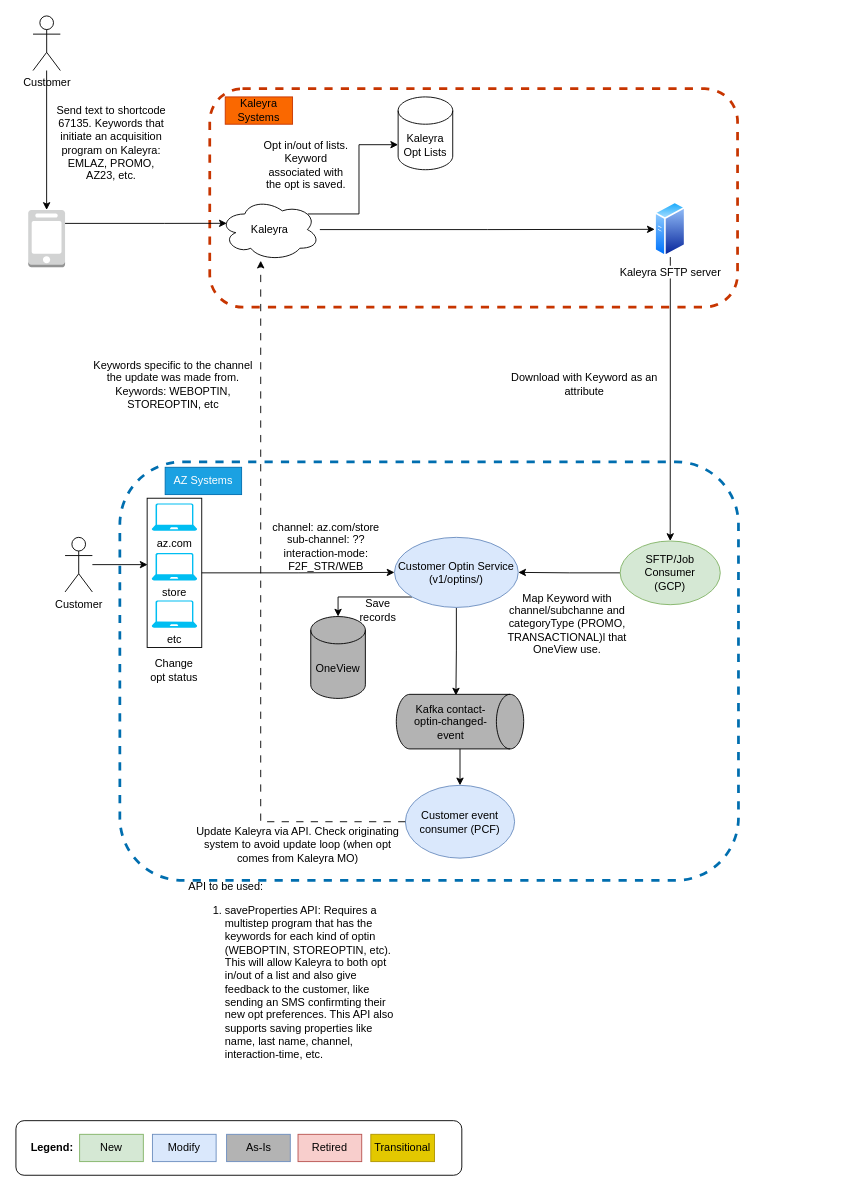
AarellanoH/draw_io keeps this draw.io diagram as drawings/Kaleyra Opt Sync.drawio. Above is the earlier version. Source tidied: cells renumbered, new cells numbered last; positions are measured from the earlier drawing's top-left corner, leaving out a move shared by most shapes. Both pictures are drawn from the tidied source at 91%, with x=0, y=0 at pixel (15, 15).
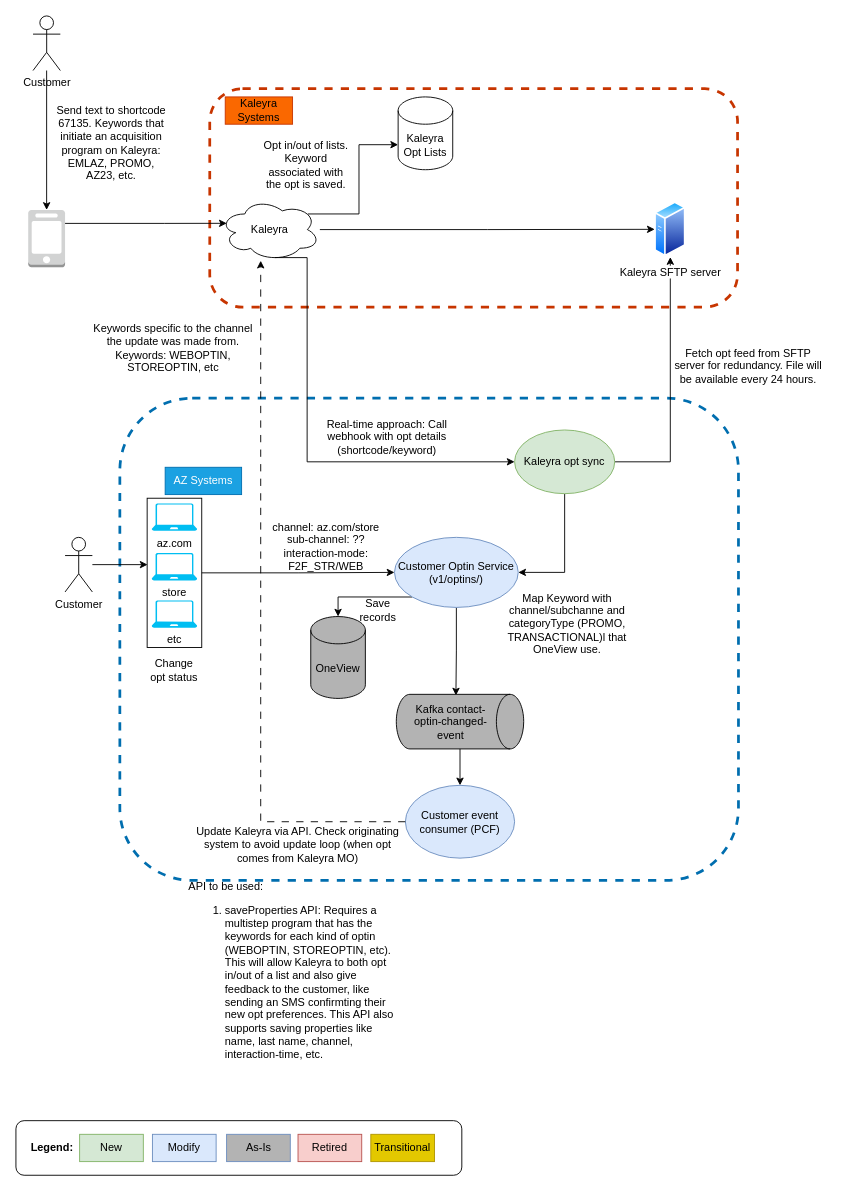
Above is the later version.

Unchanged cells that the change refers to:
```xml
<mxCell id="43" value="Kaleyra" style="ellipse;shape=cloud;whiteSpace=wrap;html=1;" parent="41" vertex="1">
  <mxGeometry x="11" y="120.5" width="110" height="68.5" as="geometry" />
</mxCell>
<mxCell id="48" value="Kaleyra SFTP server" style="image;perimeter=ellipsePerimeter;html=1;align=center;shadow=0;dashed=0;spacingTop=3;image=img/lib/active_directory/generic_server.svg;" parent="41" vertex="1">
  <mxGeometry x="489" y="124" width="34.2" height="61" as="geometry" />
</mxCell>
```

The edit, as a diff of the source:
```diff
@@
     <mxCell id="2" style="rounded=1;whiteSpace=wrap;html=1;dashed=1;fillColor=none;strokeColor=#006EAF;fillStyle=auto;strokeWidth=3;fontColor=#ffffff;" parent="1" vertex="1">
-      <mxGeometry x="114.2" y="490" width="679.8" height="460" as="geometry" />
+      <mxGeometry x="114.2" y="420" width="679.8" height="530" as="geometry" />
     </mxCell>
@@
-    <mxCell id="26" style="edgeStyle=orthogonalEdgeStyle;rounded=0;jettySize=auto;html=1;entryX=0.5;entryY=0;entryDx=0;entryDy=0;fillColor=#f8cecc;strokeColor=#000000;strokeWidth=1;" parent="1" edge="1" source="48" target="28">
-      <mxGeometry relative="1" as="geometry" />
-    </mxCell>
@@
+    <mxCell id="56" style="edgeStyle=orthogonalEdgeStyle;rounded=0;jettySize=auto;html=1;entryX=0.5;entryY=1;entryDx=0;entryDy=0;" parent="1" edge="1" source="28" target="48">
+      <mxGeometry relative="1" as="geometry" />
+    </mxCell>
-    <mxCell id="28" value="SFTP/Job Consumer&lt;br&gt;(GCP)" style="ellipse;whiteSpace=wrap;html=1;fillColor=#d5e8d4;strokeColor=#82b366;" parent="1" vertex="1">
-      <mxGeometry x="664" y="577" width="110" height="70" as="geometry" />
+    <mxCell id="28" value="Kaleyra opt sync" style="ellipse;whiteSpace=wrap;html=1;fillColor=#d5e8d4;strokeColor=#82b366;" parent="1" vertex="1">
+      <mxGeometry x="548" y="455" width="110" height="70" as="geometry" />
     </mxCell>
@@
     <mxCell id="51" value="Keywords specific to the channel the update was made from.&lt;br&gt;Keywords: WEBOPTIN, STOREOPTIN, etc" style="text;html=1;strokeColor=none;fillColor=none;align=center;verticalAlign=middle;whiteSpace=wrap;rounded=0;" parent="1" vertex="1">
-      <mxGeometry x="80" y="370" width="186" height="70" as="geometry" />
+      <mxGeometry x="80" y="330" width="186" height="70" as="geometry" />
     </mxCell>
@@
-    <mxCell id="53" value="Download with Keyword as an attribute" style="text;html=1;strokeColor=none;fillColor=none;align=center;verticalAlign=middle;whiteSpace=wrap;rounded=0;" parent="1" vertex="1">
-      <mxGeometry x="540" y="380" width="170" height="50" as="geometry" />
+    <mxCell id="53" value="Fetch opt feed from SFTP server for redundancy. File will be available every 24 hours." style="text;html=1;strokeColor=none;fillColor=none;align=center;verticalAlign=middle;whiteSpace=wrap;rounded=0;" parent="1" vertex="1">
+      <mxGeometry x="720" y="360" width="170" height="50" as="geometry" />
     </mxCell>
@@
+    <mxCell id="57" style="edgeStyle=orthogonalEdgeStyle;rounded=0;jettySize=auto;html=1;exitX=0.55;exitY=0.95;exitDx=0;exitDy=0;exitPerimeter=0;entryX=0;entryY=0.5;entryDx=0;entryDy=0;" parent="1" edge="1" source="43" target="28">
+      <mxGeometry relative="1" as="geometry">
+        <Array as="points">
+          <mxPoint x="320" y="266" />
+          <mxPoint x="320" y="490" />
+        </Array>
+      </mxGeometry>
+    </mxCell>
+    <mxCell id="58" value="Real-time approach: Call webhook with opt details (shortcode/keyword)" style="text;html=1;strokeColor=none;fillColor=none;align=center;verticalAlign=middle;whiteSpace=wrap;rounded=0;" parent="1" vertex="1">
+      <mxGeometry x="323" y="438" width="170" height="50" as="geometry" />
+    </mxCell>
```
